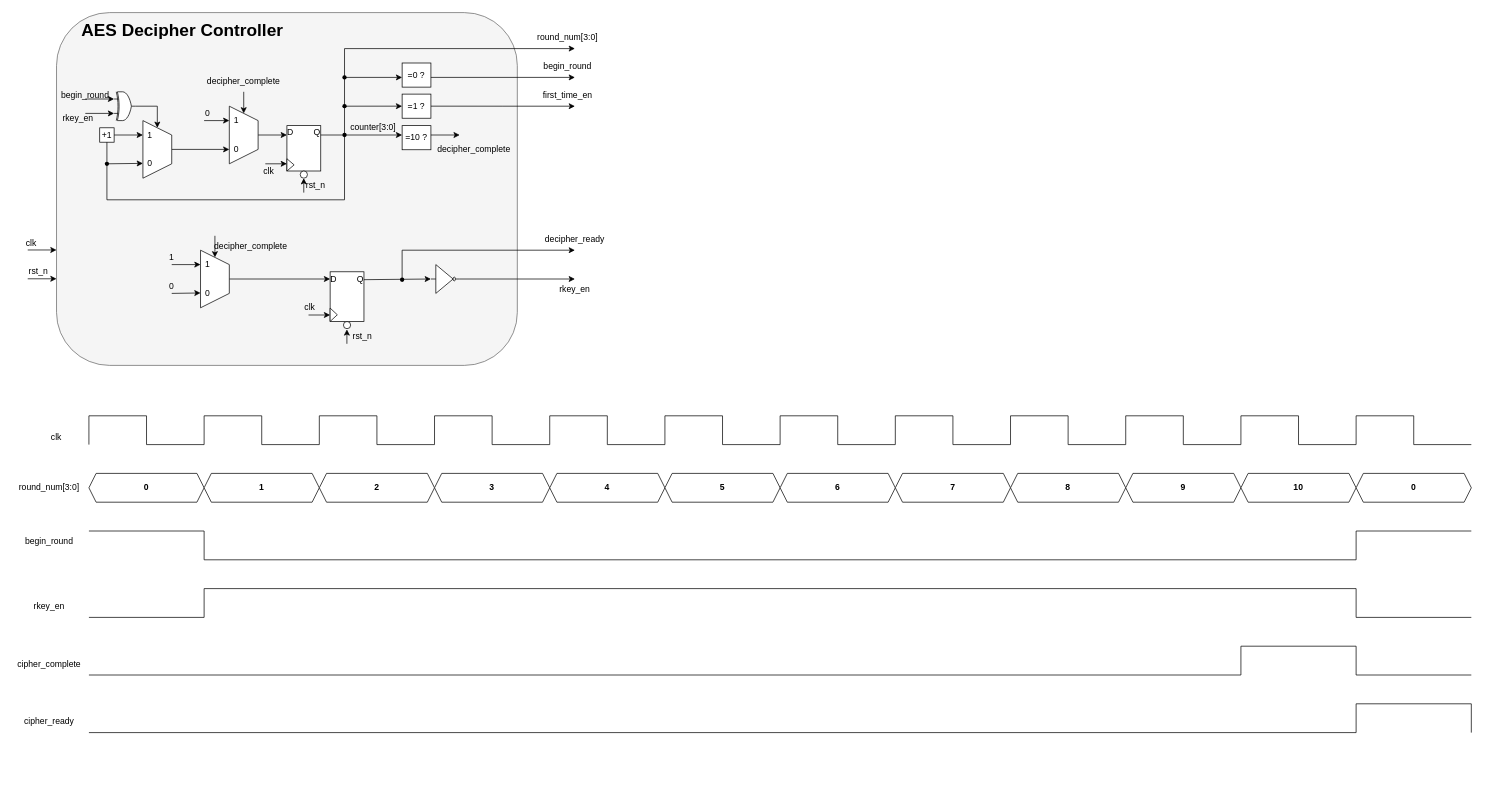
106210049/AES-128 keeps this draw.io diagram as page "AES Decipher Controller" (19 of 26) of AES128 Diagram.drawio. Above is the earlier version. Source tidied: cells renumbered, new cells numbered last; positions are measured from the earlier drawing's top-left corner, leaving out a move shared by most shapes. Both pictures are drawn from the tidied source at 72%, with x=0, y=0 at pixel (17, 12).
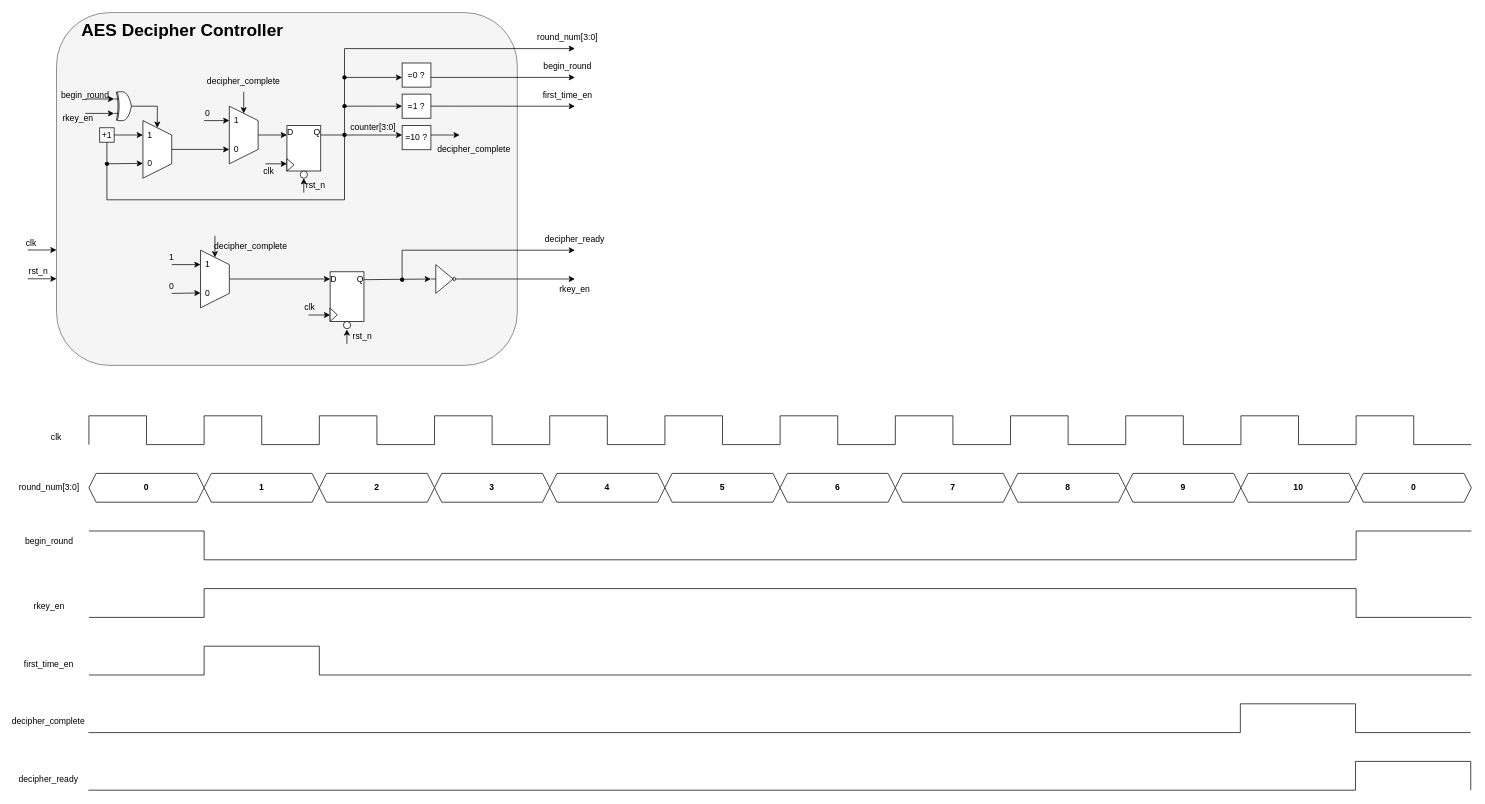
After the change.

Change to the diagram source:
```diff
@@
     <mxCell id="174" style="endArrow=none;html=1;rounded=0;" parent="1" edge="1">
       <mxGeometry relative="1" as="geometry">
-        <mxPoint x="100" y="920" as="sourcePoint" />
-        <mxPoint x="1700" y="920" as="targetPoint" />
+        <mxPoint x="99.2" y="1000" as="sourcePoint" />
+        <mxPoint x="1699.2" y="1000" as="targetPoint" />
       </mxGeometry>
     </mxCell>
     <mxCell id="175" style="endArrow=none;html=1;rounded=0;" parent="1" edge="1">
       <mxGeometry relative="1" as="geometry">
-        <mxPoint x="1700" y="920" as="sourcePoint" />
-        <mxPoint x="1700" y="880" as="targetPoint" />
+        <mxPoint x="1699.2" y="1000" as="sourcePoint" />
+        <mxPoint x="1699.2" y="960" as="targetPoint" />
       </mxGeometry>
     </mxCell>
     <mxCell id="176" style="endArrow=none;html=1;rounded=0;" parent="1" edge="1">
       <mxGeometry relative="1" as="geometry">
-        <mxPoint x="1700" y="880" as="sourcePoint" />
-        <mxPoint x="1860" y="880" as="targetPoint" />
+        <mxPoint x="1699.2" y="960" as="sourcePoint" />
+        <mxPoint x="1859.2" y="960" as="targetPoint" />
       </mxGeometry>
     </mxCell>
     <mxCell id="177" style="endArrow=none;html=1;rounded=0;" parent="1" edge="1">
       <mxGeometry relative="1" as="geometry">
-        <mxPoint x="1860" y="920" as="sourcePoint" />
-        <mxPoint x="1860" y="880" as="targetPoint" />
+        <mxPoint x="1859.2" y="1000" as="sourcePoint" />
+        <mxPoint x="1859.2" y="960" as="targetPoint" />
       </mxGeometry>
     </mxCell>
     <mxCell id="178" style="endArrow=none;html=1;rounded=0;" parent="1" edge="1">
       <mxGeometry relative="1" as="geometry">
-        <mxPoint x="1860" y="920" as="sourcePoint" />
-        <mxPoint x="2020" y="920" as="targetPoint" />
+        <mxPoint x="1859.2" y="1000" as="sourcePoint" />
+        <mxPoint x="2019.2" y="1000" as="targetPoint" />
       </mxGeometry>
     </mxCell>
-    <mxCell id="179" value="cipher_complete" style="text;strokeColor=none;align=center;fillColor=none;html=1;verticalAlign=middle;whiteSpace=wrap;rounded=0;" parent="1" vertex="1">
-      <mxGeometry y="890" width="90" height="30" as="geometry" />
+    <mxCell id="179" value="decipher_complete" style="text;strokeColor=none;align=center;fillColor=none;html=1;verticalAlign=middle;whiteSpace=wrap;rounded=0;" parent="1" vertex="1">
+      <mxGeometry x="-0.8" y="970" width="90" height="30" as="geometry" />
     </mxCell>
     <mxCell id="180" style="endArrow=none;html=1;rounded=0;" parent="1" edge="1">
       <mxGeometry relative="1" as="geometry">
-        <mxPoint x="100" y="1000" as="sourcePoint" />
-        <mxPoint x="1860" y="1000" as="targetPoint" />
+        <mxPoint x="99.2" y="1080" as="sourcePoint" />
+        <mxPoint x="1859.2" y="1080" as="targetPoint" />
       </mxGeometry>
     </mxCell>
     <mxCell id="181" style="endArrow=none;html=1;rounded=0;" parent="1" edge="1">
       <mxGeometry relative="1" as="geometry">
-        <mxPoint x="1860" y="1000" as="sourcePoint" />
-        <mxPoint x="1860" y="960" as="targetPoint" />
+        <mxPoint x="1859.2" y="1080" as="sourcePoint" />
+        <mxPoint x="1859.2" y="1040" as="targetPoint" />
       </mxGeometry>
     </mxCell>
     <mxCell id="182" style="endArrow=none;html=1;rounded=0;" parent="1" edge="1">
       <mxGeometry relative="1" as="geometry">
-        <mxPoint x="1860" y="960" as="sourcePoint" />
-        <mxPoint x="2020" y="960" as="targetPoint" />
+        <mxPoint x="1859.2" y="1040" as="sourcePoint" />
+        <mxPoint x="2019.2" y="1040" as="targetPoint" />
       </mxGeometry>
     </mxCell>
     <mxCell id="183" style="endArrow=none;html=1;rounded=0;" parent="1" edge="1">
       <mxGeometry relative="1" as="geometry">
-        <mxPoint x="2020" y="1000" as="sourcePoint" />
-        <mxPoint x="2020" y="960" as="targetPoint" />
+        <mxPoint x="2019.2" y="1080" as="sourcePoint" />
+        <mxPoint x="2019.2" y="1040" as="targetPoint" />
       </mxGeometry>
     </mxCell>
-    <mxCell id="184" value="cipher_ready" style="text;strokeColor=none;align=center;fillColor=none;html=1;verticalAlign=middle;whiteSpace=wrap;rounded=0;" parent="1" vertex="1">
-      <mxGeometry y="970" width="90" height="30" as="geometry" />
+    <mxCell id="184" value="decipher_ready" style="text;strokeColor=none;align=center;fillColor=none;html=1;verticalAlign=middle;whiteSpace=wrap;rounded=0;" parent="1" vertex="1">
+      <mxGeometry x="-0.8" y="1050" width="90" height="30" as="geometry" />
     </mxCell>
+    <mxCell id="185" style="endArrow=none;html=1;rounded=0;" parent="1" edge="1">
+      <mxGeometry relative="1" as="geometry">
+        <mxPoint x="100" y="920" as="sourcePoint" />
+        <mxPoint x="260" y="920" as="targetPoint" />
+      </mxGeometry>
+    </mxCell>
+    <mxCell id="186" style="endArrow=none;html=1;rounded=0;" parent="1" edge="1">
+      <mxGeometry relative="1" as="geometry">
+        <mxPoint x="260" y="920" as="sourcePoint" />
+        <mxPoint x="260" y="880" as="targetPoint" />
+      </mxGeometry>
+    </mxCell>
+    <mxCell id="187" style="endArrow=none;html=1;rounded=0;" parent="1" edge="1">
+      <mxGeometry relative="1" as="geometry">
+        <mxPoint x="260" y="880" as="sourcePoint" />
+        <mxPoint x="420" y="880" as="targetPoint" />
+      </mxGeometry>
+    </mxCell>
+    <mxCell id="188" style="endArrow=none;html=1;rounded=0;" parent="1" edge="1">
+      <mxGeometry relative="1" as="geometry">
+        <mxPoint x="420" y="920" as="sourcePoint" />
+        <mxPoint x="420" y="880" as="targetPoint" />
+      </mxGeometry>
+    </mxCell>
+    <mxCell id="189" style="endArrow=none;html=1;rounded=0;" parent="1" edge="1">
+      <mxGeometry relative="1" as="geometry">
+        <mxPoint x="420" y="920" as="sourcePoint" />
+        <mxPoint x="2020" y="920" as="targetPoint" />
+      </mxGeometry>
+    </mxCell>
+    <mxCell id="190" value="first_time_en" style="text;strokeColor=none;align=center;fillColor=none;html=1;verticalAlign=middle;whiteSpace=wrap;rounded=0;" parent="1" vertex="1">
+      <mxGeometry x="6.7" y="890" width="75" height="30" as="geometry" />
+    </mxCell>
```
